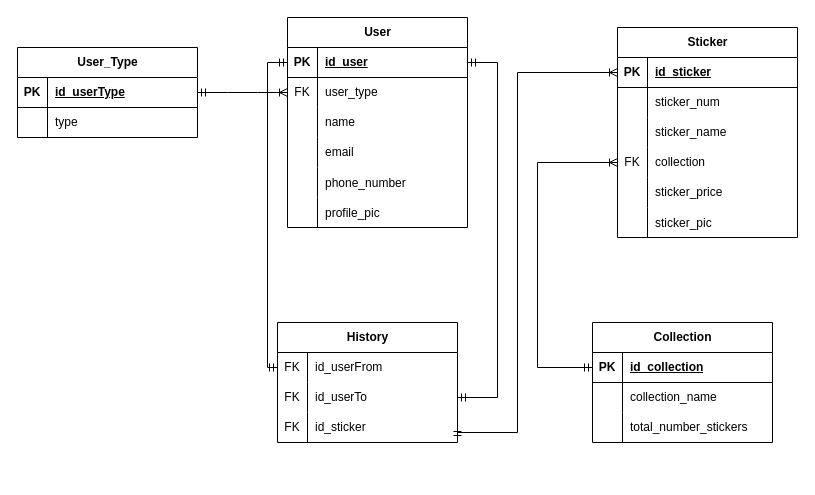
FranciscoPPimenta/TW keeps this draw.io diagram as ModeloRelacional.drawio. Above is the earlier version. Source tidied: cells renumbered, new cells numbered last; positions are measured from the earlier drawing's top-left corner, leaving out a move shared by most shapes. Both pictures are drawn from the tidied source at 100%, with x=0, y=0 at pixel (17, 17).
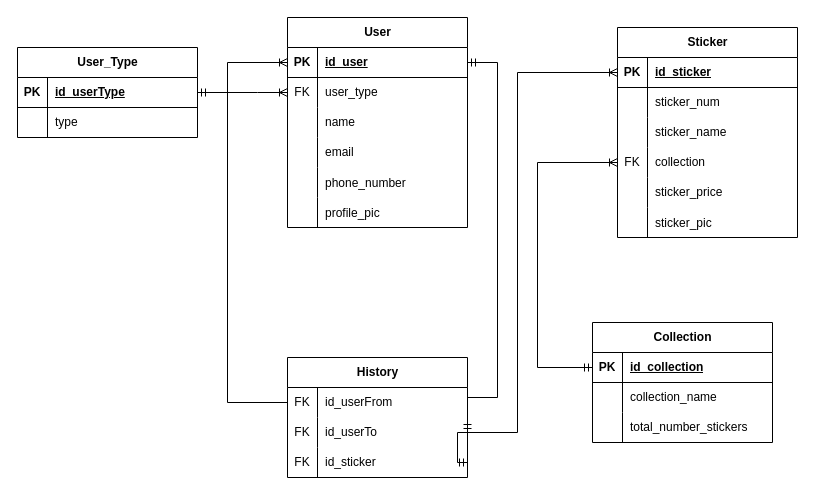
The same diagram, later.

The change refers to these unchanged cells:
```xml
<mxCell id="3" style="shape=tableRow;horizontal=0;startSize=0;swimlaneHead=0;swimlaneBody=0;fillColor=none;points=[[0,0.5],[1,0.5]];portConstraint=eastwest;top=0;left=0;right=0;bottom=1;" parent="2" vertex="1">
  <mxGeometry y="30" width="180" height="30" as="geometry" />
</mxCell>
<mxCell id="48" style="shape=tableRow;horizontal=0;startSize=0;swimlaneHead=0;swimlaneBody=0;fillColor=none;points=[[0,0.5],[1,0.5]];portConstraint=eastwest;top=0;left=0;right=0;bottom=0;" parent="47" vertex="1">
  <mxGeometry y="30" width="180" height="30" as="geometry" />
</mxCell>
```

What changed in the source:
```diff
@@
     <mxCell id="47" value="History" style="shape=table;startSize=30;childLayout=tableLayout;rowLines=0;fontStyle=1;align=center;html=1;" parent="1" vertex="1">
-      <mxGeometry x="260" y="305" width="180" height="120" as="geometry" />
+      <mxGeometry x="270" y="340" width="180" height="120" as="geometry" />
     </mxCell>
@@
-    <mxCell id="70" style="edgeStyle=orthogonalEdgeStyle;fontSize=12;html=1;endArrow=ERmandOne;startArrow=ERmandOne;rounded=0;entryX=0;entryY=0.5;entryDx=0;entryDy=0;exitX=0;exitY=0.5;exitDx=0;exitDy=0;" parent="1" edge="1" source="3" target="48">
-      <mxGeometry relative="1" as="geometry" />
-    </mxCell>
@@
+    <mxCell id="72" style="edgeStyle=orthogonalEdgeStyle;fontSize=12;html=1;endArrow=ERoneToMany;rounded=0;entryX=0;entryY=0.5;entryDx=0;entryDy=0;exitX=0;exitY=0.5;exitDx=0;exitDy=0;" parent="1" edge="1" source="48" target="3">
+      <mxGeometry relative="1" as="geometry">
+        <Array as="points">
+          <mxPoint x="210" y="385" />
+          <mxPoint x="210" y="45" />
+        </Array>
+      </mxGeometry>
+    </mxCell>
```
